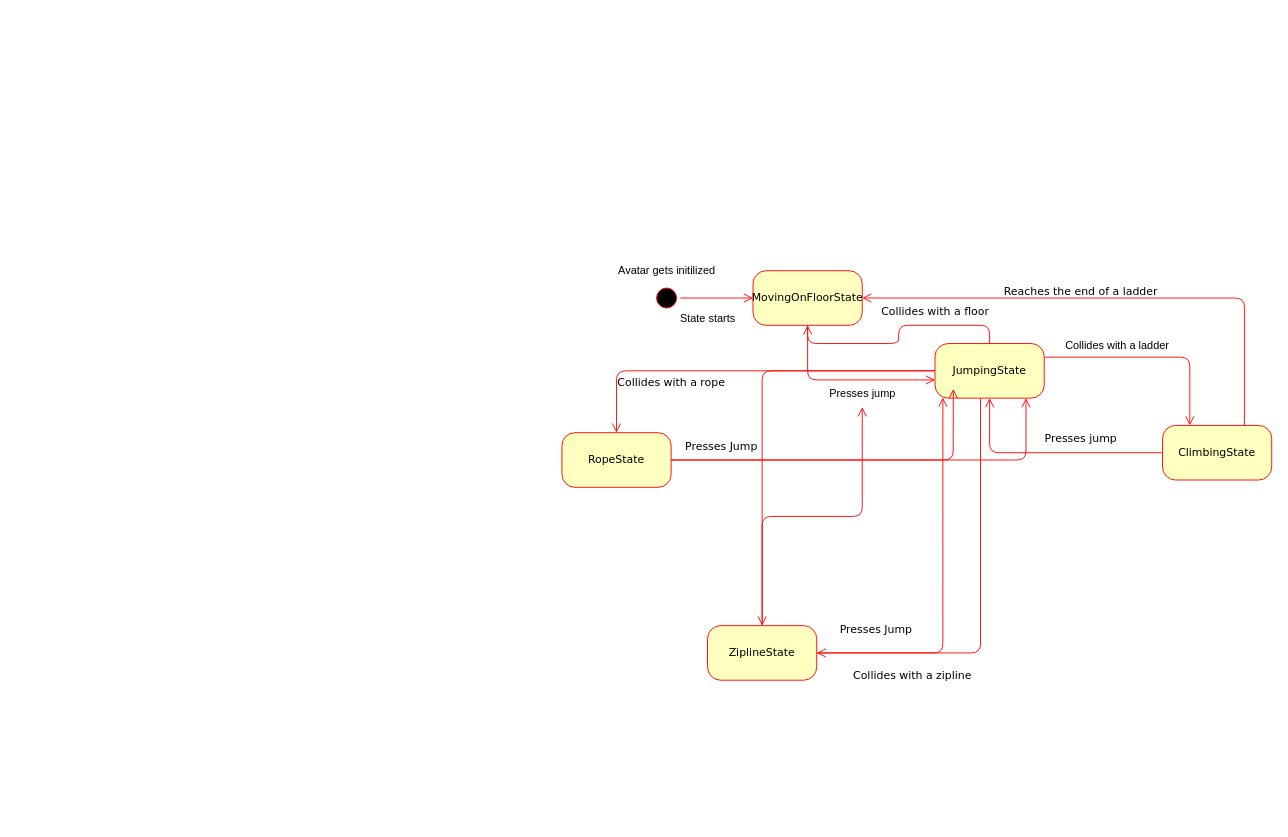
Before: PlayerStates.drawio in Tycro-Games/BlockA-Pitfall, a draw.io diagram. Source tidied: cells renumbered, new cells numbered last; positions are measured from the earlier drawing's top-left corner, leaving out a move shared by most shapes. Both pictures are drawn from the tidied source at 91%, with x=0, y=0 at pixel (561, 257).
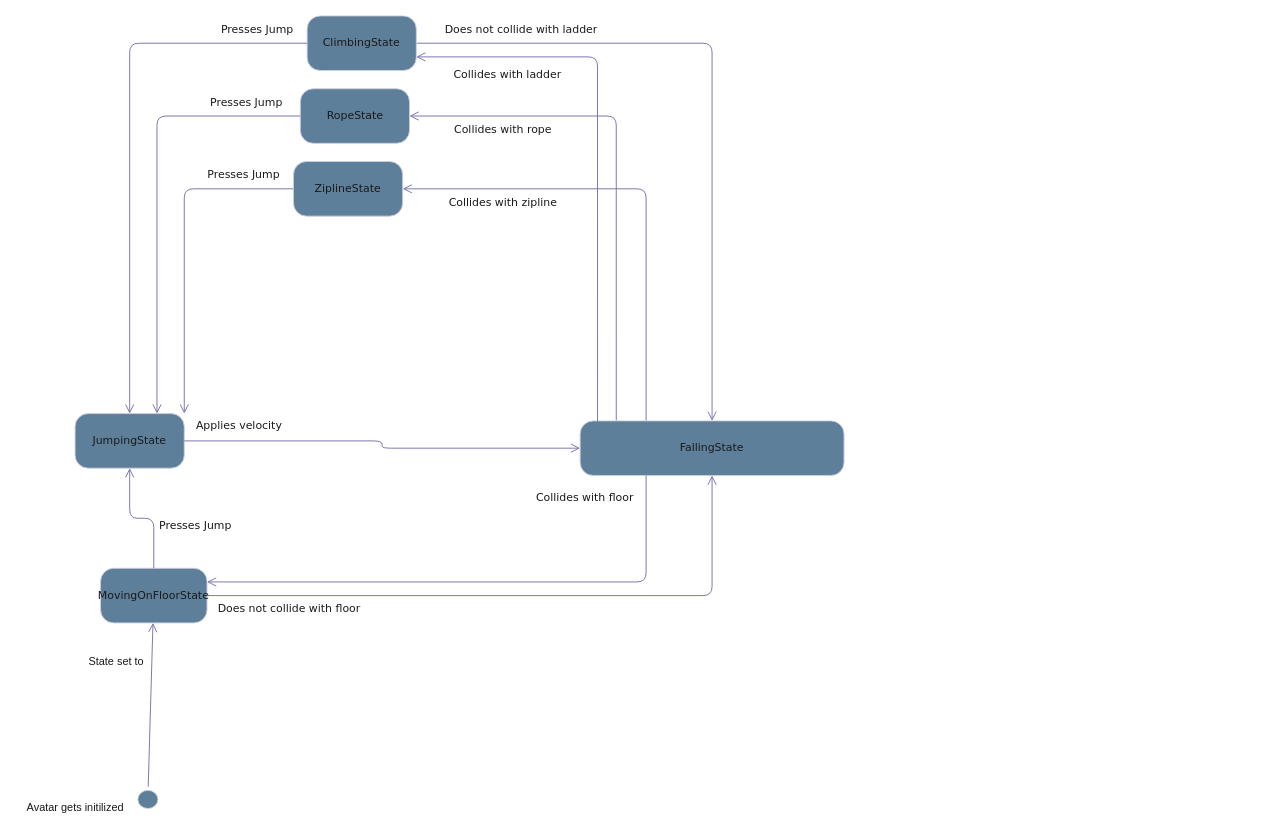
After the change.

Change to the diagram source:
```diff
@@
+    <mxCell id="32" style="group;" parent="1" vertex="1">
+      <mxGeometry x="-600" y="-45" width="690" height="665" as="geometry" />
+    </mxCell>
-    <mxCell id="2" style="ellipse;html=1;shape=startState;fillColor=#000000;strokeColor=#ff0000;rounded=1;shadow=0;comic=0;labelBackgroundColor=none;fontFamily=Verdana;fontSize=12;fontColor=#000000;align=center;direction=south;" parent="1" vertex="1">
-      <mxGeometry x="100" y="30" width="30" height="30" as="geometry" />
+    <mxCell id="2" style="ellipse;html=1;shape=startState;fillColor=#5D7F99;strokeColor=#D0CEE2;rounded=1;shadow=0;comic=0;labelBackgroundColor=none;fontFamily=Verdana;fontSize=12;fontColor=#1A1A1A;align=center;direction=south;" parent="32" vertex="1">
+      <mxGeometry x="130" y="627" width="30" height="28" as="geometry" />
     </mxCell>
+    <mxCell id="5" value="MovingOnFloorState" style="rounded=1;whiteSpace=wrap;html=1;arcSize=24;fillColor=#5D7F99;strokeColor=#D0CEE2;shadow=0;comic=0;labelBackgroundColor=none;fontFamily=Verdana;fontSize=12;fontColor=#1A1A1A;align=center;" parent="32" vertex="1">
+      <mxGeometry x="93" y="387" width="117" height="60" as="geometry" />
+    </mxCell>
+    <mxCell id="10" value="JumpingState" style="rounded=1;whiteSpace=wrap;html=1;arcSize=24;fillColor=#5D7F99;strokeColor=#D0CEE2;shadow=0;comic=0;labelBackgroundColor=none;fontFamily=Verdana;fontSize=12;fontColor=#1A1A1A;align=center;" parent="32" vertex="1">
+      <mxGeometry x="65" y="217" width="120" height="60" as="geometry" />
+    </mxCell>
+    <mxCell id="15" style="edgeStyle=orthogonalEdgeStyle;shape=connector;rounded=1;jettySize=auto;html=1;labelBackgroundColor=none;strokeColor=#736CA8;fontFamily=Verdana;fontSize=12;fontColor=default;endArrow=open;endSize=8;" parent="32" edge="1" source="5" target="10">
+      <mxGeometry relative="1" as="geometry" />
+    </mxCell>
+    <mxCell id="14" style="edgeStyle=orthogonalEdgeStyle;html=1;labelBackgroundColor=none;endArrow=open;endSize=8;strokeColor=#736CA8;fontFamily=Verdana;fontSize=12;align=left;fontColor=default;noEdgeStyle=1;" parent="32" edge="1" source="2" target="5">
+      <mxGeometry relative="1" as="geometry" />
+    </mxCell>
+    <mxCell id="16" value="&lt;div&gt;Avatar gets initilized&lt;/div&gt;" style="text;html=1;align=center;verticalAlign=middle;strokeColor=none;fillColor=none;labelBackgroundColor=none;fontColor=#1A1A1A;" parent="32" vertex="1">
+      <mxGeometry y="635" width="130" height="30" as="geometry" />
+    </mxCell>
+    <mxCell id="17" value="&lt;div&gt;State set to&lt;br&gt;&lt;/div&gt;" style="text;html=1;align=center;verticalAlign=middle;strokeColor=none;fillColor=none;labelBackgroundColor=none;fontColor=#1A1A1A;" parent="32" vertex="1">
+      <mxGeometry x="70" y="475" width="80" height="30" as="geometry" />
+    </mxCell>
+    <mxCell id="30" value="Presses Jump" style="text;html=1;align=center;verticalAlign=middle;strokeColor=none;fillColor=none;fontSize=12;fontFamily=Verdana;fontColor=#1A1A1A;labelBackgroundColor=none;" parent="32" vertex="1">
+      <mxGeometry x="142" y="325" width="110" height="30" as="geometry" />
+    </mxCell>
+    <mxCell id="33" value="Does not collide with floor" style="text;html=1;align=center;verticalAlign=middle;strokeColor=none;fillColor=none;fontSize=12;fontFamily=Verdana;fontColor=#1A1A1A;labelBackgroundColor=none;" parent="32" vertex="1">
+      <mxGeometry x="210" y="417" width="180" height="30" as="geometry" />
+    </mxCell>
+    <mxCell id="34" value="Applies velocity" style="text;html=1;align=center;verticalAlign=middle;strokeColor=none;fillColor=none;fontSize=12;fontFamily=Verdana;fontColor=#1A1A1A;labelBackgroundColor=none;" parent="32" vertex="1">
+      <mxGeometry x="185" y="215" width="120" height="30" as="geometry" />
+    </mxCell>
+    <mxCell id="35" value="Collides with floor" style="text;html=1;align=center;verticalAlign=middle;strokeColor=none;fillColor=none;fontSize=12;fontFamily=Verdana;fontColor=#1A1A1A;labelBackgroundColor=none;" parent="32" vertex="1">
+      <mxGeometry x="560" y="295" width="130" height="30" as="geometry" />
+    </mxCell>
+    <mxCell id="36" style="edgeStyle=orthogonalEdgeStyle;shape=connector;rounded=1;jettySize=auto;html=1;entryX=1;entryY=0.5;entryDx=0;entryDy=0;labelBackgroundColor=none;strokeColor=#736CA8;fontFamily=Verdana;fontSize=12;fontColor=default;endArrow=open;endSize=8;exitX=0.137;exitY=-0.005;exitDx=0;exitDy=0;exitPerimeter=0;" parent="1" edge="1" source="38" target="25">
+      <mxGeometry relative="1" as="geometry" />
+    </mxCell>
+    <mxCell id="37" style="edgeStyle=orthogonalEdgeStyle;shape=connector;rounded=1;jettySize=auto;html=1;entryX=1;entryY=0.5;entryDx=0;entryDy=0;labelBackgroundColor=none;strokeColor=#736CA8;fontFamily=Verdana;fontSize=12;fontColor=default;endArrow=open;endSize=8;exitX=0.25;exitY=0;exitDx=0;exitDy=0;" parent="1" edge="1" source="38" target="4">
+      <mxGeometry relative="1" as="geometry" />
+    </mxCell>
+    <mxCell id="38" value="FallingState" style="rounded=1;whiteSpace=wrap;html=1;arcSize=24;fillColor=#5D7F99;strokeColor=#D0CEE2;shadow=0;comic=0;labelBackgroundColor=none;fontFamily=Verdana;fontSize=12;fontColor=#1A1A1A;align=center;" parent="1" vertex="1">
+      <mxGeometry x="20" y="180" width="290" height="60" as="geometry" />
+    </mxCell>
+    <mxCell id="39" style="edgeStyle=orthogonalEdgeStyle;shape=connector;rounded=1;jettySize=auto;html=1;entryX=0.5;entryY=0;entryDx=0;entryDy=0;labelBackgroundColor=none;strokeColor=#736CA8;fontFamily=Verdana;fontSize=12;fontColor=default;endArrow=open;endSize=8;" parent="1" edge="1" source="13" target="38">
+      <mxGeometry relative="1" as="geometry" />
+    </mxCell>
+    <mxCell id="40" style="edgeStyle=orthogonalEdgeStyle;shape=connector;rounded=1;jettySize=auto;html=1;labelBackgroundColor=none;strokeColor=#736CA8;fontFamily=Verdana;fontSize=12;fontColor=default;endArrow=open;endSize=8;" parent="1" edge="1" source="10" target="38">
+      <mxGeometry relative="1" as="geometry" />
+    </mxCell>
+    <mxCell id="41" style="edgeStyle=orthogonalEdgeStyle;shape=connector;rounded=1;jettySize=auto;html=1;entryX=0.5;entryY=1;entryDx=0;entryDy=0;labelBackgroundColor=none;strokeColor=#736CA8;fontFamily=Verdana;fontSize=12;fontColor=default;endArrow=open;endSize=8;" parent="1" edge="1" source="5" target="38">
+      <mxGeometry relative="1" as="geometry" />
+    </mxCell>
+    <mxCell id="42" style="edgeStyle=orthogonalEdgeStyle;shape=connector;rounded=1;jettySize=auto;html=1;entryX=1;entryY=0.75;entryDx=0;entryDy=0;labelBackgroundColor=none;strokeColor=#736CA8;fontFamily=Verdana;fontSize=12;fontColor=default;endArrow=open;endSize=8;exitX=0.066;exitY=0.006;exitDx=0;exitDy=0;exitPerimeter=0;" parent="1" edge="1" source="38" target="13">
+      <mxGeometry relative="1" as="geometry" />
+    </mxCell>
+    <mxCell id="43" style="edgeStyle=orthogonalEdgeStyle;shape=connector;rounded=1;jettySize=auto;html=1;entryX=1;entryY=0.25;entryDx=0;entryDy=0;labelBackgroundColor=none;strokeColor=#736CA8;fontFamily=Verdana;fontSize=12;fontColor=default;endArrow=open;endSize=8;exitX=0.25;exitY=1;exitDx=0;exitDy=0;" parent="1" edge="1" source="38" target="5">
+      <mxGeometry relative="1" as="geometry" />
+    </mxCell>
+    <mxCell id="13" value="ClimbingState" style="rounded=1;whiteSpace=wrap;html=1;arcSize=24;fillColor=#5D7F99;strokeColor=#D0CEE2;shadow=0;comic=0;labelBackgroundColor=none;fontFamily=Verdana;fontSize=12;fontColor=#1A1A1A;align=center;" parent="1" vertex="1">
+      <mxGeometry x="-280" y="-265" width="120" height="60" as="geometry" />
+    </mxCell>
+    <mxCell id="11" style="edgeStyle=orthogonalEdgeStyle;shape=connector;rounded=1;jettySize=auto;html=1;entryX=0.5;entryY=0;entryDx=0;entryDy=0;labelBackgroundColor=none;strokeColor=#736CA8;fontFamily=Verdana;fontSize=12;fontColor=default;endArrow=open;endSize=8;" parent="1" edge="1" source="13" target="10">
+      <mxGeometry relative="1" as="geometry" />
+    </mxCell>
+    <mxCell id="44" value="&lt;div&gt;Collides with ladder&lt;/div&gt;" style="text;html=1;align=center;verticalAlign=middle;strokeColor=none;fillColor=none;fontSize=12;fontFamily=Verdana;fontColor=#1A1A1A;labelBackgroundColor=none;" parent="1" vertex="1">
+      <mxGeometry x="-130" y="-215" width="140" height="30" as="geometry" />
+    </mxCell>
+    <mxCell id="21" value="Does not collide with ladder" style="text;html=1;align=center;verticalAlign=middle;strokeColor=none;fillColor=none;fontSize=12;fontFamily=Verdana;fontColor=#1A1A1A;labelBackgroundColor=none;" parent="1" vertex="1">
+      <mxGeometry x="-140" y="-265" width="190" height="30" as="geometry" />
+    </mxCell>
+    <mxCell id="20" value="Presses Jump" style="text;html=1;align=center;verticalAlign=middle;strokeColor=none;fillColor=none;fontSize=12;fontFamily=Verdana;fontColor=#1A1A1A;labelBackgroundColor=none;" parent="1" vertex="1">
+      <mxGeometry x="-390" y="-265" width="110" height="30" as="geometry" />
+    </mxCell>
+    <mxCell id="25" value="RopeState" style="rounded=1;whiteSpace=wrap;html=1;arcSize=24;fillColor=#5D7F99;strokeColor=#D0CEE2;shadow=0;comic=0;labelBackgroundColor=none;fontFamily=Verdana;fontSize=12;fontColor=#1A1A1A;align=center;" parent="1" vertex="1">
+      <mxGeometry x="-287.5" y="-185" width="120" height="60" as="geometry" />
+    </mxCell>
+    <mxCell id="45" value="Presses Jump" style="text;html=1;align=center;verticalAlign=middle;strokeColor=none;fillColor=none;fontSize=12;fontFamily=Verdana;fontColor=#1A1A1A;labelBackgroundColor=none;" parent="1" vertex="1">
+      <mxGeometry x="-402.5" y="-185" width="110" height="30" as="geometry" />
+    </mxCell>
+    <mxCell id="46" style="edgeStyle=orthogonalEdgeStyle;shape=connector;rounded=1;jettySize=auto;html=1;entryX=0.75;entryY=0;entryDx=0;entryDy=0;labelBackgroundColor=none;strokeColor=#736CA8;fontFamily=Verdana;fontSize=12;fontColor=default;endArrow=open;endSize=8;" parent="1" edge="1" source="25" target="10">
+      <mxGeometry relative="1" as="geometry" />
+    </mxCell>
-    <mxCell id="3" style="edgeStyle=orthogonalEdgeStyle;shape=connector;rounded=1;jettySize=auto;html=1;entryX=0.072;entryY=0.989;entryDx=0;entryDy=0;entryPerimeter=0;labelBackgroundColor=none;strokeColor=#ff0000;fontFamily=Verdana;fontSize=12;fontColor=default;endArrow=open;endSize=8;" parent="1" edge="1" source="4" target="10">
+    <mxCell id="3" style="edgeStyle=orthogonalEdgeStyle;shape=connector;rounded=1;jettySize=auto;html=1;entryX=1;entryY=0;entryDx=0;entryDy=0;labelBackgroundColor=none;strokeColor=#736CA8;fontFamily=Verdana;fontSize=12;fontColor=default;endArrow=open;endSize=8;" parent="1" edge="1" source="4" target="10">
       <mxGeometry relative="1" as="geometry" />
     </mxCell>
-    <mxCell id="4" value="ZiplineState" style="rounded=1;whiteSpace=wrap;html=1;arcSize=24;fillColor=#ffffc0;strokeColor=#ff0000;shadow=0;comic=0;labelBackgroundColor=none;fontFamily=Verdana;fontSize=12;fontColor=#000000;align=center;" parent="1" vertex="1">
-      <mxGeometry x="160" y="405" width="120" height="60" as="geometry" />
+    <mxCell id="4" value="ZiplineState" style="rounded=1;whiteSpace=wrap;html=1;arcSize=24;fillColor=#5D7F99;strokeColor=#D0CEE2;shadow=0;comic=0;labelBackgroundColor=none;fontFamily=Verdana;fontSize=12;fontColor=#1A1A1A;align=center;" parent="1" vertex="1">
+      <mxGeometry x="-295" y="-105" width="120" height="60" as="geometry" />
     </mxCell>
-    <mxCell id="5" value="MovingOnFloorState" style="rounded=1;whiteSpace=wrap;html=1;arcSize=24;fillColor=#ffffc0;strokeColor=#ff0000;shadow=0;comic=0;labelBackgroundColor=none;fontFamily=Verdana;fontSize=12;fontColor=#000000;align=center;" parent="1" vertex="1">
-      <mxGeometry x="210" y="15" width="120" height="60" as="geometry" />
-    </mxCell>
-    <mxCell id="6" style="edgeStyle=orthogonalEdgeStyle;html=1;exitX=1;exitY=0.25;entryX=0.25;entryY=0;labelBackgroundColor=none;endArrow=open;endSize=8;strokeColor=#ff0000;fontFamily=Verdana;fontSize=12;align=left;" parent="1" edge="1" source="10" target="13">
-      <mxGeometry relative="1" as="geometry" />
-    </mxCell>
-    <mxCell id="7" style="edgeStyle=orthogonalEdgeStyle;shape=connector;rounded=1;jettySize=auto;html=1;exitX=0.5;exitY=0;exitDx=0;exitDy=0;labelBackgroundColor=none;strokeColor=#ff0000;fontFamily=Verdana;fontSize=12;fontColor=default;endArrow=open;endSize=8;" parent="1" edge="1" source="10" target="5">
-      <mxGeometry relative="1" as="geometry" />
-    </mxCell>
-    <mxCell id="8" style="edgeStyle=orthogonalEdgeStyle;shape=connector;rounded=1;jettySize=auto;html=1;labelBackgroundColor=none;strokeColor=#ff0000;fontFamily=Verdana;fontSize=12;fontColor=default;endArrow=open;endSize=8;" parent="1" edge="1" source="10" target="25">
-      <mxGeometry relative="1" as="geometry" />
-    </mxCell>
-    <mxCell id="9" style="edgeStyle=orthogonalEdgeStyle;shape=connector;rounded=1;jettySize=auto;html=1;labelBackgroundColor=none;strokeColor=#ff0000;fontFamily=Verdana;fontSize=12;fontColor=default;endArrow=open;endSize=8;" parent="1" edge="1" source="10" target="4">
-      <mxGeometry relative="1" as="geometry">
-        <Array as="points">
-          <mxPoint x="460" y="435" />
-        </Array>
-      </mxGeometry>
-    </mxCell>
-    <mxCell id="10" value="JumpingState" style="rounded=1;whiteSpace=wrap;html=1;arcSize=24;fillColor=#ffffc0;strokeColor=#ff0000;shadow=0;comic=0;labelBackgroundColor=none;fontFamily=Verdana;fontSize=12;fontColor=#000000;align=center;" parent="1" vertex="1">
-      <mxGeometry x="410" y="95" width="120" height="60" as="geometry" />
-    </mxCell>
-    <mxCell id="11" style="edgeStyle=orthogonalEdgeStyle;shape=connector;rounded=1;jettySize=auto;html=1;labelBackgroundColor=none;strokeColor=#ff0000;fontFamily=Verdana;fontSize=12;fontColor=default;endArrow=open;endSize=8;" parent="1" edge="1" source="13" target="10">
-      <mxGeometry relative="1" as="geometry" />
-    </mxCell>
-    <mxCell id="12" style="edgeStyle=orthogonalEdgeStyle;shape=connector;rounded=1;jettySize=auto;html=1;labelBackgroundColor=none;strokeColor=#ff0000;fontFamily=Verdana;fontSize=12;fontColor=default;endArrow=open;endSize=8;" parent="1" edge="1" source="13" target="5">
-      <mxGeometry relative="1" as="geometry">
-        <Array as="points">
-          <mxPoint x="750" y="45" />
-        </Array>
-      </mxGeometry>
-    </mxCell>
-    <mxCell id="13" value="ClimbingState" style="rounded=1;whiteSpace=wrap;html=1;arcSize=24;fillColor=#ffffc0;strokeColor=#ff0000;shadow=0;comic=0;labelBackgroundColor=none;fontFamily=Verdana;fontSize=12;fontColor=#000000;align=center;" parent="1" vertex="1">
-      <mxGeometry x="660" y="185" width="120" height="60" as="geometry" />
-    </mxCell>
-    <mxCell id="14" style="edgeStyle=orthogonalEdgeStyle;html=1;labelBackgroundColor=none;endArrow=open;endSize=8;strokeColor=#ff0000;fontFamily=Verdana;fontSize=12;align=left;" parent="1" edge="1" source="2" target="5">
-      <mxGeometry relative="1" as="geometry" />
-    </mxCell>
-    <mxCell id="15" style="edgeStyle=orthogonalEdgeStyle;html=1;labelBackgroundColor=none;endArrow=open;endSize=8;strokeColor=#ff0000;fontFamily=Verdana;fontSize=12;align=left;" parent="1" edge="1" source="5" target="10">
-      <mxGeometry relative="1" as="geometry">
-        <Array as="points">
-          <mxPoint x="270" y="135" />
-        </Array>
-      </mxGeometry>
-    </mxCell>
-    <mxCell id="16" value="&lt;div&gt;Avatar gets initilized&lt;/div&gt;" style="text;html=1;align=center;verticalAlign=middle;strokeColor=none;fillColor=none;" parent="1" vertex="1">
-      <mxGeometry x="50" width="130" height="30" as="geometry" />
-    </mxCell>
-    <mxCell id="17" value="&lt;div&gt;State starts&lt;/div&gt;" style="text;html=1;align=center;verticalAlign=middle;strokeColor=none;fillColor=none;" parent="1" vertex="1">
-      <mxGeometry x="120" y="53" width="80" height="30" as="geometry" />
-    </mxCell>
-    <mxCell id="18" value="Presses jump" style="text;html=1;align=center;verticalAlign=middle;points=[];strokeColor=none;fillColor=none;" parent="1" vertex="1">
-      <mxGeometry x="280" y="135" width="100" height="30" as="geometry" />
-    </mxCell>
-    <mxCell id="19" value="Collides with a ladder" style="text;html=1;align=center;verticalAlign=middle;strokeColor=none;fillColor=none;" parent="1" vertex="1">
-      <mxGeometry x="540" y="83" width="140" height="30" as="geometry" />
-    </mxCell>
-    <mxCell id="20" value="Presses jump" style="text;html=1;align=center;verticalAlign=middle;strokeColor=none;fillColor=none;fontSize=12;fontFamily=Verdana;fontColor=default;" parent="1" vertex="1">
-      <mxGeometry x="520" y="185" width="100" height="30" as="geometry" />
-    </mxCell>
-    <mxCell id="21" value="Reaches the end of a ladder" style="text;html=1;align=center;verticalAlign=middle;strokeColor=none;fillColor=none;fontSize=12;fontFamily=Verdana;fontColor=default;" parent="1" vertex="1">
-      <mxGeometry x="475" y="23" width="190" height="30" as="geometry" />
-    </mxCell>
-    <mxCell id="22" value="Collides with a floor" style="text;html=1;align=center;verticalAlign=middle;strokeColor=none;fillColor=none;fontSize=12;fontFamily=Verdana;fontColor=default;" parent="1" vertex="1">
-      <mxGeometry x="340" y="45" width="140" height="30" as="geometry" />
-    </mxCell>
-    <mxCell id="23" style="edgeStyle=orthogonalEdgeStyle;shape=connector;rounded=1;jettySize=auto;html=1;labelBackgroundColor=none;strokeColor=#ff0000;fontFamily=Verdana;fontSize=12;fontColor=default;endArrow=open;endSize=8;entryX=0.833;entryY=1;entryDx=0;entryDy=0;entryPerimeter=0;" parent="1" edge="1" source="25" target="10">
-      <mxGeometry relative="1" as="geometry" />
-    </mxCell>
-    <mxCell id="24" style="edgeStyle=orthogonalEdgeStyle;shape=connector;rounded=1;jettySize=auto;html=1;entryX=0.167;entryY=0.833;entryDx=0;entryDy=0;entryPerimeter=0;labelBackgroundColor=none;strokeColor=#ff0000;fontFamily=Verdana;fontSize=12;fontColor=default;endArrow=open;endSize=8;" parent="1" edge="1" source="25" target="10">
-      <mxGeometry relative="1" as="geometry" />
-    </mxCell>
-    <mxCell id="25" value="RopeState" style="rounded=1;whiteSpace=wrap;html=1;arcSize=24;fillColor=#ffffc0;strokeColor=#ff0000;shadow=0;comic=0;labelBackgroundColor=none;fontFamily=Verdana;fontSize=12;fontColor=#000000;align=center;" parent="1" vertex="1">
-      <mxGeometry y="193" width="120" height="60" as="geometry" />
-    </mxCell>
-    <mxCell id="26" value="Collides with a rope" style="text;html=1;align=center;verticalAlign=middle;strokeColor=none;fillColor=none;fontSize=12;fontFamily=Verdana;fontColor=default;" parent="1" vertex="1">
-      <mxGeometry x="50" y="123" width="140" height="30" as="geometry" />
-    </mxCell>
-    <mxCell id="27" style="edgeStyle=orthogonalEdgeStyle;shape=connector;rounded=1;jettySize=auto;html=1;labelBackgroundColor=none;strokeColor=#ff0000;fontFamily=Verdana;fontSize=12;fontColor=default;endArrow=open;endSize=8;" parent="1" edge="1" source="10" target="4">
-      <mxGeometry relative="1" as="geometry" />
-    </mxCell>
-    <mxCell id="28" style="edgeStyle=orthogonalEdgeStyle;shape=connector;rounded=1;jettySize=auto;html=1;labelBackgroundColor=none;strokeColor=#ff0000;fontFamily=Verdana;fontSize=12;fontColor=default;endArrow=open;endSize=8;" parent="1" edge="1" source="4" target="18">
-      <mxGeometry relative="1" as="geometry" />
-    </mxCell>
-    <mxCell id="29" value="Collides with a zipline" style="text;html=1;align=center;verticalAlign=middle;strokeColor=none;fillColor=none;fontSize=12;fontFamily=Verdana;fontColor=default;" parent="1" vertex="1">
-      <mxGeometry x="310" y="445" width="150" height="30" as="geometry" />
-    </mxCell>
-    <mxCell id="30" value="Presses Jump" style="text;html=1;align=center;verticalAlign=middle;strokeColor=none;fillColor=none;fontSize=12;fontFamily=Verdana;fontColor=default;" parent="1" vertex="1">
-      <mxGeometry x="290" y="395" width="110" height="30" as="geometry" />
-    </mxCell>
-    <mxCell id="31" value="Presses Jump" style="text;html=1;align=center;verticalAlign=middle;strokeColor=none;fillColor=none;fontSize=12;fontFamily=Verdana;fontColor=default;" parent="1" vertex="1">
-      <mxGeometry x="120" y="193" width="110" height="30" as="geometry" />
-    </mxCell>
+    <mxCell id="47" value="Collides with rope" style="text;html=1;align=center;verticalAlign=middle;strokeColor=none;fillColor=none;fontSize=12;fontFamily=Verdana;fontColor=#1A1A1A;labelBackgroundColor=none;" parent="1" vertex="1">
+      <mxGeometry x="-130" y="-155" width="130" height="30" as="geometry" />
+    </mxCell>
+    <mxCell id="48" value="Collides with zipline" style="text;html=1;align=center;verticalAlign=middle;strokeColor=none;fillColor=none;fontSize=12;fontFamily=Verdana;fontColor=#1A1A1A;labelBackgroundColor=none;" parent="1" vertex="1">
+      <mxGeometry x="-135" y="-75" width="140" height="30" as="geometry" />
+    </mxCell>
+    <mxCell id="49" value="Presses Jump" style="text;html=1;align=center;verticalAlign=middle;strokeColor=none;fillColor=none;fontSize=12;fontFamily=Verdana;fontColor=#1A1A1A;labelBackgroundColor=none;" parent="1" vertex="1">
+      <mxGeometry x="-405" y="-105" width="110" height="30" as="geometry" />
+    </mxCell>
```
